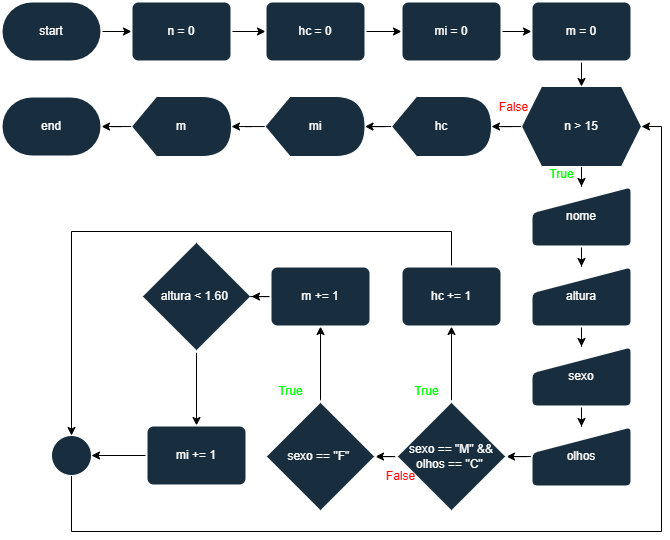
Earlier version of the draw.io export Parte-3/atividade14.png (kf-martins-uel/algoritmos-atividade1). Source tidied: cells renumbered, new cells last; positions are measured from the earlier drawing's top-left corner, leaving out a move shared by most shapes.
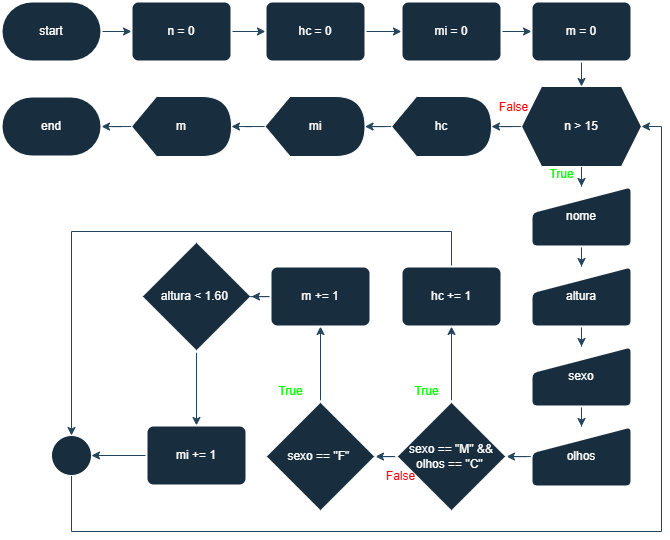
Above is the later version.

The edit, as a diff of the source:
```diff
@@ -2,100 +2,100 @@
   <root>
     <mxCell id="0" />
     <mxCell id="1" parent="0" />
-    <mxCell id="2" style="edgeStyle=orthogonalEdgeStyle;rounded=0;jettySize=auto;html=1;" parent="1" edge="1" source="3" target="8">
+    <mxCell id="2" style="edgeStyle=orthogonalEdgeStyle;rounded=0;jettySize=auto;html=1;labelBackgroundColor=none;strokeColor=#23445D;fontColor=default;" parent="1" edge="1" source="3" target="8">
       <mxGeometry relative="1" as="geometry" />
     </mxCell>
     <mxCell id="3" value="start" style="strokeWidth=2;html=1;shape=mxgraph.flowchart.terminator;whiteSpace=wrap;labelBackgroundColor=none;fillColor=#182E3E;strokeColor=#FFFFFF;fontColor=#FFFFFF;rounded=0;" parent="1" vertex="1">
       <mxGeometry width="100" height="60" as="geometry" />
     </mxCell>
-    <mxCell id="4" style="edgeStyle=orthogonalEdgeStyle;rounded=0;jettySize=auto;html=1;" parent="1" edge="1" source="6" target="10">
+    <mxCell id="4" style="edgeStyle=orthogonalEdgeStyle;rounded=0;jettySize=auto;html=1;labelBackgroundColor=none;strokeColor=#23445D;fontColor=default;" parent="1" edge="1" source="6" target="10">
       <mxGeometry relative="1" as="geometry" />
     </mxCell>
-    <mxCell id="5" style="edgeStyle=orthogonalEdgeStyle;rounded=0;jettySize=auto;html=1;" parent="1" edge="1" source="6" target="24">
+    <mxCell id="5" style="edgeStyle=orthogonalEdgeStyle;rounded=0;jettySize=auto;html=1;labelBackgroundColor=none;strokeColor=#23445D;fontColor=default;" parent="1" edge="1" source="6" target="24">
       <mxGeometry relative="1" as="geometry" />
     </mxCell>
     <mxCell id="6" value="n &amp;gt; 15" style="shape=hexagon;perimeter=hexagonPerimeter2;whiteSpace=wrap;html=1;fixedSize=1;labelBackgroundColor=none;fillColor=#182E3E;strokeColor=#FFFFFF;fontColor=#FFFFFF;" parent="1" vertex="1">
       <mxGeometry x="520" y="85" width="120" height="80" as="geometry" />
     </mxCell>
-    <mxCell id="7" style="edgeStyle=orthogonalEdgeStyle;rounded=0;jettySize=auto;html=1;" parent="1" edge="1" source="8" target="18">
+    <mxCell id="7" style="edgeStyle=orthogonalEdgeStyle;rounded=0;jettySize=auto;html=1;labelBackgroundColor=none;strokeColor=#23445D;fontColor=default;" parent="1" edge="1" source="8" target="18">
       <mxGeometry relative="1" as="geometry" />
     </mxCell>
     <mxCell id="8" value="n = 0" style="rounded=1;whiteSpace=wrap;html=1;absoluteArcSize=1;arcSize=14;strokeWidth=2;labelBackgroundColor=none;fillColor=#182E3E;strokeColor=#FFFFFF;fontColor=#FFFFFF;" parent="1" vertex="1">
       <mxGeometry x="130" width="100" height="60" as="geometry" />
     </mxCell>
-    <mxCell id="9" style="edgeStyle=orthogonalEdgeStyle;rounded=0;jettySize=auto;html=1;" parent="1" edge="1" source="10" target="14">
+    <mxCell id="9" style="edgeStyle=orthogonalEdgeStyle;rounded=0;jettySize=auto;html=1;labelBackgroundColor=none;strokeColor=#23445D;fontColor=default;" parent="1" edge="1" source="10" target="14">
       <mxGeometry relative="1" as="geometry" />
     </mxCell>
     <mxCell id="10" value="nome" style="html=1;strokeWidth=2;shape=manualInput;whiteSpace=wrap;rounded=1;size=26;arcSize=11;labelBackgroundColor=none;fillColor=#182E3E;strokeColor=#FFFFFF;fontColor=#FFFFFF;" parent="1" vertex="1">
       <mxGeometry x="530" y="185" width="100" height="60" as="geometry" />
     </mxCell>
-    <mxCell id="11" style="edgeStyle=orthogonalEdgeStyle;rounded=0;jettySize=auto;html=1;" parent="1" edge="1" source="12" target="16">
+    <mxCell id="11" style="edgeStyle=orthogonalEdgeStyle;rounded=0;jettySize=auto;html=1;labelBackgroundColor=none;strokeColor=#23445D;fontColor=default;" parent="1" edge="1" source="12" target="16">
       <mxGeometry relative="1" as="geometry" />
     </mxCell>
     <mxCell id="12" value="sexo" style="html=1;strokeWidth=2;shape=manualInput;whiteSpace=wrap;rounded=1;size=26;arcSize=11;labelBackgroundColor=none;fillColor=#182E3E;strokeColor=#FFFFFF;fontColor=#FFFFFF;" parent="1" vertex="1">
       <mxGeometry x="530" y="345" width="100" height="60" as="geometry" />
     </mxCell>
-    <mxCell id="13" style="edgeStyle=orthogonalEdgeStyle;rounded=0;jettySize=auto;html=1;" parent="1" edge="1" source="14" target="12">
+    <mxCell id="13" style="edgeStyle=orthogonalEdgeStyle;rounded=0;jettySize=auto;html=1;labelBackgroundColor=none;strokeColor=#23445D;fontColor=default;" parent="1" edge="1" source="14" target="12">
       <mxGeometry relative="1" as="geometry" />
     </mxCell>
     <mxCell id="14" value="altura" style="html=1;strokeWidth=2;shape=manualInput;whiteSpace=wrap;rounded=1;size=26;arcSize=11;labelBackgroundColor=none;fillColor=#182E3E;strokeColor=#FFFFFF;fontColor=#FFFFFF;" parent="1" vertex="1">
       <mxGeometry x="530" y="265" width="100" height="60" as="geometry" />
     </mxCell>
-    <mxCell id="15" style="edgeStyle=orthogonalEdgeStyle;rounded=0;jettySize=auto;html=1;" parent="1" edge="1" source="16" target="32">
+    <mxCell id="15" style="edgeStyle=orthogonalEdgeStyle;rounded=0;jettySize=auto;html=1;labelBackgroundColor=none;strokeColor=#23445D;fontColor=default;" parent="1" edge="1" source="16" target="32">
       <mxGeometry relative="1" as="geometry" />
     </mxCell>
     <mxCell id="16" value="olhos" style="html=1;strokeWidth=2;shape=manualInput;whiteSpace=wrap;rounded=1;size=26;arcSize=11;labelBackgroundColor=none;fillColor=#182E3E;strokeColor=#FFFFFF;fontColor=#FFFFFF;" parent="1" vertex="1">
       <mxGeometry x="530" y="425" width="100" height="60" as="geometry" />
     </mxCell>
-    <mxCell id="17" style="edgeStyle=orthogonalEdgeStyle;rounded=0;jettySize=auto;html=1;" parent="1" edge="1" source="18" target="20">
+    <mxCell id="17" style="edgeStyle=orthogonalEdgeStyle;rounded=0;jettySize=auto;html=1;labelBackgroundColor=none;strokeColor=#23445D;fontColor=default;" parent="1" edge="1" source="18" target="20">
       <mxGeometry relative="1" as="geometry" />
     </mxCell>
     <mxCell id="18" value="hc = 0" style="rounded=1;whiteSpace=wrap;html=1;absoluteArcSize=1;arcSize=14;strokeWidth=2;labelBackgroundColor=none;fillColor=#182E3E;strokeColor=#FFFFFF;fontColor=#FFFFFF;" parent="1" vertex="1">
       <mxGeometry x="264" width="100" height="60" as="geometry" />
     </mxCell>
-    <mxCell id="19" style="edgeStyle=orthogonalEdgeStyle;rounded=0;jettySize=auto;html=1;" parent="1" edge="1" source="20" target="22">
+    <mxCell id="19" style="edgeStyle=orthogonalEdgeStyle;rounded=0;jettySize=auto;html=1;labelBackgroundColor=none;strokeColor=#23445D;fontColor=default;" parent="1" edge="1" source="20" target="22">
       <mxGeometry relative="1" as="geometry" />
     </mxCell>
     <mxCell id="20" value="mi = 0" style="rounded=1;whiteSpace=wrap;html=1;absoluteArcSize=1;arcSize=14;strokeWidth=2;labelBackgroundColor=none;fillColor=#182E3E;strokeColor=#FFFFFF;fontColor=#FFFFFF;" parent="1" vertex="1">
       <mxGeometry x="400" width="100" height="60" as="geometry" />
     </mxCell>
-    <mxCell id="21" style="edgeStyle=orthogonalEdgeStyle;rounded=0;jettySize=auto;html=1;" parent="1" edge="1" source="22" target="6">
+    <mxCell id="21" style="edgeStyle=orthogonalEdgeStyle;rounded=0;jettySize=auto;html=1;labelBackgroundColor=none;strokeColor=#23445D;fontColor=default;" parent="1" edge="1" source="22" target="6">
       <mxGeometry relative="1" as="geometry" />
     </mxCell>
     <mxCell id="22" value="m = 0" style="rounded=1;whiteSpace=wrap;html=1;absoluteArcSize=1;arcSize=14;strokeWidth=2;labelBackgroundColor=none;fillColor=#182E3E;strokeColor=#FFFFFF;fontColor=#FFFFFF;" parent="1" vertex="1">
       <mxGeometry x="530" width="100" height="60" as="geometry" />
     </mxCell>
-    <mxCell id="23" style="edgeStyle=orthogonalEdgeStyle;rounded=0;jettySize=auto;html=1;" parent="1" edge="1" source="24" target="26">
+    <mxCell id="23" style="edgeStyle=orthogonalEdgeStyle;rounded=0;jettySize=auto;html=1;labelBackgroundColor=none;strokeColor=#23445D;fontColor=default;" parent="1" edge="1" source="24" target="26">
       <mxGeometry relative="1" as="geometry" />
     </mxCell>
-    <mxCell id="24" value="hc" style="shape=display;whiteSpace=wrap;html=1;strokeColor=#FFFFFF;fontColor=#FFFFFF;fillColor=#182E3E;" parent="1" vertex="1">
+    <mxCell id="24" value="hc" style="shape=display;whiteSpace=wrap;html=1;strokeColor=#FFFFFF;fontColor=#FFFFFF;fillColor=#182E3E;labelBackgroundColor=none;" parent="1" vertex="1">
       <mxGeometry x="390" y="95" width="100" height="60" as="geometry" />
     </mxCell>
-    <mxCell id="25" style="edgeStyle=orthogonalEdgeStyle;rounded=0;jettySize=auto;html=1;" parent="1" edge="1" source="26" target="28">
+    <mxCell id="25" style="edgeStyle=orthogonalEdgeStyle;rounded=0;jettySize=auto;html=1;labelBackgroundColor=none;strokeColor=#23445D;fontColor=default;" parent="1" edge="1" source="26" target="28">
       <mxGeometry relative="1" as="geometry" />
     </mxCell>
-    <mxCell id="26" value="mi" style="shape=display;whiteSpace=wrap;html=1;strokeColor=#FFFFFF;fontColor=#FFFFFF;fillColor=#182E3E;" parent="1" vertex="1">
+    <mxCell id="26" value="mi" style="shape=display;whiteSpace=wrap;html=1;strokeColor=#FFFFFF;fontColor=#FFFFFF;fillColor=#182E3E;labelBackgroundColor=none;" parent="1" vertex="1">
       <mxGeometry x="263.5" y="95" width="100" height="60" as="geometry" />
     </mxCell>
-    <mxCell id="27" style="edgeStyle=orthogonalEdgeStyle;rounded=0;jettySize=auto;html=1;" parent="1" edge="1" source="28" target="29">
+    <mxCell id="27" style="edgeStyle=orthogonalEdgeStyle;rounded=0;jettySize=auto;html=1;labelBackgroundColor=none;strokeColor=#23445D;fontColor=default;" parent="1" edge="1" source="28" target="29">
       <mxGeometry relative="1" as="geometry" />
     </mxCell>
-    <mxCell id="28" value="m" style="shape=display;whiteSpace=wrap;html=1;strokeColor=#FFFFFF;fontColor=#FFFFFF;fillColor=#182E3E;" parent="1" vertex="1">
+    <mxCell id="28" value="m" style="shape=display;whiteSpace=wrap;html=1;strokeColor=#FFFFFF;fontColor=#FFFFFF;fillColor=#182E3E;labelBackgroundColor=none;" parent="1" vertex="1">
       <mxGeometry x="130" y="95" width="100" height="60" as="geometry" />
     </mxCell>
     <mxCell id="29" value="end" style="strokeWidth=2;html=1;shape=mxgraph.flowchart.terminator;whiteSpace=wrap;labelBackgroundColor=none;fillColor=#182E3E;strokeColor=#FFFFFF;fontColor=#FFFFFF;rounded=0;" parent="1" vertex="1">
       <mxGeometry y="95" width="100" height="60" as="geometry" />
     </mxCell>
-    <mxCell id="30" style="edgeStyle=orthogonalEdgeStyle;rounded=0;jettySize=auto;html=1;" parent="1" edge="1" source="32" target="34">
+    <mxCell id="30" style="edgeStyle=orthogonalEdgeStyle;rounded=0;jettySize=auto;html=1;labelBackgroundColor=none;strokeColor=#23445D;fontColor=default;" parent="1" edge="1" source="32" target="34">
       <mxGeometry relative="1" as="geometry" />
     </mxCell>
-    <mxCell id="31" style="edgeStyle=orthogonalEdgeStyle;rounded=0;jettySize=auto;html=1;" parent="1" edge="1" source="32" target="36">
+    <mxCell id="31" style="edgeStyle=orthogonalEdgeStyle;rounded=0;jettySize=auto;html=1;labelBackgroundColor=none;strokeColor=#23445D;fontColor=default;" parent="1" edge="1" source="32" target="36">
       <mxGeometry relative="1" as="geometry" />
     </mxCell>
-    <mxCell id="32" value="sexo == &quot;M&quot; &amp;amp;&amp;amp; olhos == &quot;C&quot;&amp;nbsp;" style="strokeWidth=2;html=1;shape=mxgraph.flowchart.decision;whiteSpace=wrap;strokeColor=#FFFFFF;fontColor=#FFFFFF;fillColor=#182E3E;" parent="1" vertex="1">
+    <mxCell id="32" value="sexo == &quot;M&quot; &amp;amp;&amp;amp; olhos == &quot;C&quot;&amp;nbsp;" style="strokeWidth=2;html=1;shape=mxgraph.flowchart.decision;whiteSpace=wrap;strokeColor=#FFFFFF;fontColor=#FFFFFF;fillColor=#182E3E;labelBackgroundColor=none;" parent="1" vertex="1">
       <mxGeometry x="395" y="400" width="110" height="110" as="geometry" />
     </mxCell>
-    <mxCell id="33" style="edgeStyle=orthogonalEdgeStyle;rounded=0;jettySize=auto;html=1;" parent="1" edge="1" source="34" target="47">
+    <mxCell id="33" style="edgeStyle=orthogonalEdgeStyle;rounded=0;jettySize=auto;html=1;labelBackgroundColor=none;strokeColor=#23445D;fontColor=default;" parent="1" edge="1" source="34" target="47">
       <mxGeometry relative="1" as="geometry">
         <Array as="points">
           <mxPoint x="450" y="230" />
@@ -106,25 +106,25 @@
     <mxCell id="34" value="hc += 1" style="rounded=1;whiteSpace=wrap;html=1;absoluteArcSize=1;arcSize=14;strokeWidth=2;labelBackgroundColor=none;fillColor=#182E3E;strokeColor=#FFFFFF;fontColor=#FFFFFF;" parent="1" vertex="1">
       <mxGeometry x="400" y="265" width="100" height="60" as="geometry" />
     </mxCell>
-    <mxCell id="35" style="edgeStyle=orthogonalEdgeStyle;rounded=0;jettySize=auto;html=1;" parent="1" edge="1" source="36" target="40">
+    <mxCell id="35" style="edgeStyle=orthogonalEdgeStyle;rounded=0;jettySize=auto;html=1;labelBackgroundColor=none;strokeColor=#23445D;fontColor=default;" parent="1" edge="1" source="36" target="40">
       <mxGeometry relative="1" as="geometry" />
     </mxCell>
-    <mxCell id="36" value="sexo == &quot;F&quot;&amp;nbsp;" style="strokeWidth=2;html=1;shape=mxgraph.flowchart.decision;whiteSpace=wrap;strokeColor=#FFFFFF;fontColor=#FFFFFF;fillColor=#182E3E;" parent="1" vertex="1">
+    <mxCell id="36" value="sexo == &quot;F&quot;&amp;nbsp;" style="strokeWidth=2;html=1;shape=mxgraph.flowchart.decision;whiteSpace=wrap;strokeColor=#FFFFFF;fontColor=#FFFFFF;fillColor=#182E3E;labelBackgroundColor=none;" parent="1" vertex="1">
       <mxGeometry x="264" y="400" width="110" height="110" as="geometry" />
     </mxCell>
-    <mxCell id="37" style="edgeStyle=orthogonalEdgeStyle;rounded=0;jettySize=auto;html=1;" parent="1" edge="1" source="38" target="42">
+    <mxCell id="37" style="edgeStyle=orthogonalEdgeStyle;rounded=0;jettySize=auto;html=1;labelBackgroundColor=none;strokeColor=#23445D;fontColor=default;" parent="1" edge="1" source="38" target="42">
       <mxGeometry relative="1" as="geometry" />
     </mxCell>
-    <mxCell id="38" value="altura &amp;lt; 1.60&amp;nbsp;" style="strokeWidth=2;html=1;shape=mxgraph.flowchart.decision;whiteSpace=wrap;strokeColor=#FFFFFF;fontColor=#FFFFFF;fillColor=#182E3E;" parent="1" vertex="1">
+    <mxCell id="38" value="altura &amp;lt; 1.60&amp;nbsp;" style="strokeWidth=2;html=1;shape=mxgraph.flowchart.decision;whiteSpace=wrap;strokeColor=#FFFFFF;fontColor=#FFFFFF;fillColor=#182E3E;labelBackgroundColor=none;" parent="1" vertex="1">
       <mxGeometry x="140" y="240" width="110" height="110" as="geometry" />
     </mxCell>
-    <mxCell id="39" style="edgeStyle=orthogonalEdgeStyle;rounded=0;jettySize=auto;html=1;" parent="1" edge="1" source="40" target="38">
+    <mxCell id="39" style="edgeStyle=orthogonalEdgeStyle;rounded=0;jettySize=auto;html=1;labelBackgroundColor=none;strokeColor=#23445D;fontColor=default;" parent="1" edge="1" source="40" target="38">
       <mxGeometry relative="1" as="geometry" />
     </mxCell>
     <mxCell id="40" value="m += 1" style="rounded=1;whiteSpace=wrap;html=1;absoluteArcSize=1;arcSize=14;strokeWidth=2;labelBackgroundColor=none;fillColor=#182E3E;strokeColor=#FFFFFF;fontColor=#FFFFFF;" parent="1" vertex="1">
       <mxGeometry x="269" y="265" width="100" height="60" as="geometry" />
     </mxCell>
-    <mxCell id="41" style="edgeStyle=orthogonalEdgeStyle;rounded=0;jettySize=auto;html=1;" parent="1" edge="1" source="42" target="47">
+    <mxCell id="41" style="edgeStyle=orthogonalEdgeStyle;rounded=0;jettySize=auto;html=1;labelBackgroundColor=none;strokeColor=#23445D;fontColor=default;" parent="1" edge="1" source="42" target="47">
       <mxGeometry relative="1" as="geometry" />
     </mxCell>
     <mxCell id="42" value="mi += 1" style="rounded=1;whiteSpace=wrap;html=1;absoluteArcSize=1;arcSize=14;strokeWidth=2;labelBackgroundColor=none;fillColor=#182E3E;strokeColor=#FFFFFF;fontColor=#FFFFFF;" parent="1" vertex="1">
@@ -139,7 +139,7 @@
     <mxCell id="45" value="&lt;font style=&quot;color: light-dark(rgb(0, 255, 0), rgb(0, 255, 0));&quot;&gt;True&lt;/font&gt;" style="text;html=1;align=center;verticalAlign=middle;strokeColor=none;fillColor=none;fontColor=#FFFFFF;labelBackgroundColor=none;" parent="1" vertex="1">
       <mxGeometry x="264" y="375" width="50" height="30" as="geometry" />
     </mxCell>
-    <mxCell id="46" style="edgeStyle=orthogonalEdgeStyle;rounded=0;jettySize=auto;html=1;entryX=1;entryY=0.5;entryDx=0;entryDy=0;" parent="1" edge="1" source="47" target="6">
+    <mxCell id="46" style="edgeStyle=orthogonalEdgeStyle;rounded=0;jettySize=auto;html=1;entryX=1;entryY=0.5;entryDx=0;entryDy=0;labelBackgroundColor=none;strokeColor=#23445D;fontColor=default;" parent="1" edge="1" source="47" target="6">
       <mxGeometry relative="1" as="geometry">
         <Array as="points">
           <mxPoint x="70" y="530" />
@@ -148,7 +148,7 @@
         </Array>
       </mxGeometry>
     </mxCell>
-    <mxCell id="47" style="ellipse;whiteSpace=wrap;html=1;strokeColor=#FFFFFF;fontColor=#FFFFFF;fillColor=#182E3E;" parent="1" vertex="1">
+    <mxCell id="47" style="ellipse;whiteSpace=wrap;html=1;strokeColor=#FFFFFF;fontColor=#FFFFFF;fillColor=#182E3E;labelBackgroundColor=none;" parent="1" vertex="1">
       <mxGeometry x="50" y="434" width="40" height="40" as="geometry" />
     </mxCell>
     <mxCell id="48" value="&lt;font style=&quot;color: light-dark(rgb(0, 255, 0), rgb(0, 255, 0));&quot;&gt;True&lt;/font&gt;" style="text;html=1;align=center;verticalAlign=middle;strokeColor=none;fillColor=none;fontColor=#FFFFFF;labelBackgroundColor=none;" parent="1" vertex="1">
```
